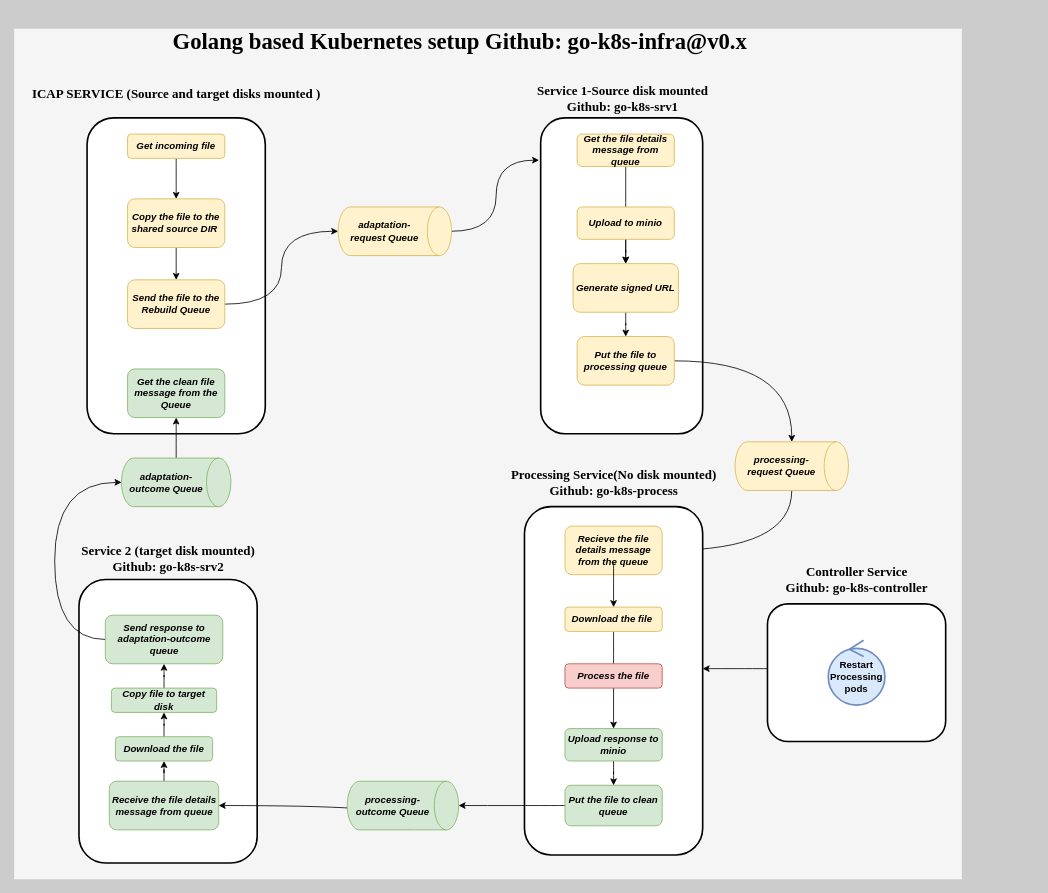
Before: diagram/go-k8s-infra.drawio in k8-proxy/go-k8s-infra, a draw.io diagram. Source tidied: cells renumbered, new cells numbered last; positions are measured from the earlier drawing's top-left corner, leaving out a move shared by most shapes. Both pictures are drawn from the tidied source at 81%, with x=0, y=0 at pixel (14, 28).
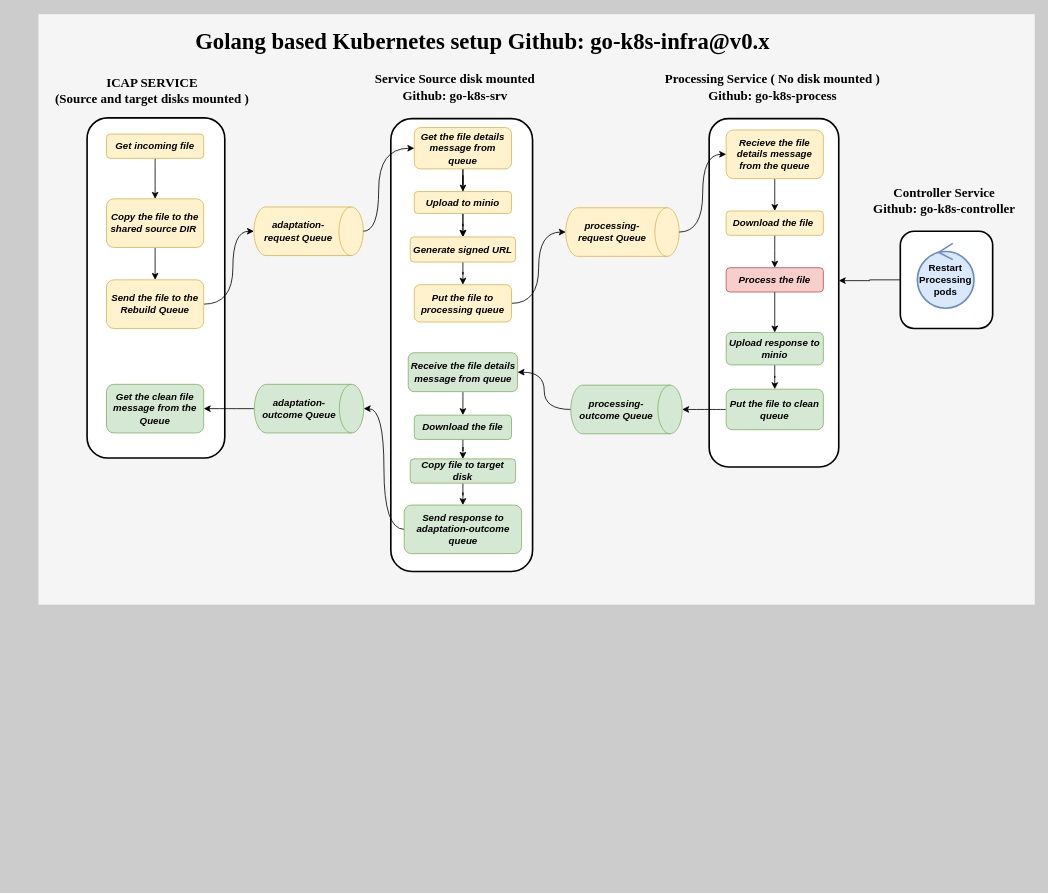
Above is the later version.

Diff of the diagram source:
```diff
@@
     <mxCell id="2" style="whiteSpace=wrap;html=1;direction=south;rounded=0;fontSize=16;fontStyle=1;fillColor=#f5f5f5;fontColor=#333333;strokeColor=none;" parent="1" vertex="1">
-      <mxGeometry width="1170" height="1050" as="geometry" />
+      <mxGeometry x="30" y="-18" width="1230" height="729" as="geometry" />
     </mxCell>
+    <mxCell id="58" style="edgeStyle=orthogonalEdgeStyle;rounded=0;jettySize=auto;html=1;exitX=0.5;exitY=1;exitDx=0;exitDy=0;entryX=0.465;entryY=0;entryDx=0;entryDy=0;entryPerimeter=0;" parent="1" edge="1" source="3" target="28">
+      <mxGeometry relative="1" as="geometry" />
+    </mxCell>
     <mxCell id="3" style="whiteSpace=wrap;html=1;direction=south;rounded=1;strokeWidth=2;" parent="1" vertex="1">
-      <mxGeometry x="930" y="710" width="220" height="170" as="geometry" />
+      <mxGeometry x="1094" y="250" width="114" height="120" as="geometry" />
     </mxCell>
     <mxCell id="4" style="whiteSpace=wrap;html=1;direction=south;rounded=1;strokeWidth=2;" parent="1" vertex="1">
-      <mxGeometry x="90" y="110" width="220" height="390" as="geometry" />
+      <mxGeometry x="90" y="110" width="170" height="420" as="geometry" />
     </mxCell>
@@
     <mxCell id="6" value="Get incoming file" style="whiteSpace=wrap;html=1;fillColor=#fff2cc;strokeColor=#d6b656;labelBackgroundColor=none;fontStyle=3;fontFamily=Helvetica;rounded=1;" parent="1" vertex="1">
-      <mxGeometry x="140" y="130" width="120" height="30" as="geometry" />
+      <mxGeometry x="114" y="130" width="120" height="30" as="geometry" />
     </mxCell>
@@
     <mxCell id="8" value="Copy the file to the shared source DIR&amp;nbsp;" style="whiteSpace=wrap;html=1;fillColor=#fff2cc;strokeColor=#d6b656;fontStyle=3;rounded=1;" parent="1" vertex="1">
-      <mxGeometry x="140" y="210" width="120" height="60" as="geometry" />
+      <mxGeometry x="114" y="210" width="120" height="60" as="geometry" />
     </mxCell>
     <mxCell id="9" style="edgeStyle=orthogonalEdgeStyle;jettySize=auto;html=1;entryX=0.5;entryY=1;entryDx=0;entryDy=0;entryPerimeter=0;curved=1;" parent="1" edge="1" source="10" target="14">
-      <mxGeometry relative="1" as="geometry" />
+      <mxGeometry relative="1" as="geometry">
+        <Array as="points">
+          <mxPoint x="270" y="340" />
+          <mxPoint x="270" y="250" />
+        </Array>
+      </mxGeometry>
     </mxCell>
     <mxCell id="10" value="Send the file to the Rebuild Queue" style="whiteSpace=wrap;html=1;fillColor=#fff2cc;strokeColor=#d6b656;fontStyle=3;rounded=1;" parent="1" vertex="1">
-      <mxGeometry x="140" y="310" width="120" height="60" as="geometry" />
+      <mxGeometry x="114" y="310" width="120" height="60" as="geometry" />
     </mxCell>
     <mxCell id="11" value="Get the clean file message from the Queue" style="whiteSpace=wrap;html=1;fillColor=#d5e8d4;strokeColor=#82b366;fontStyle=3;rounded=1;" parent="1" vertex="1">
-      <mxGeometry x="140" y="420" width="120" height="60" as="geometry" />
+      <mxGeometry x="114" y="439" width="120" height="60" as="geometry" />
     </mxCell>
@@
-    <mxCell id="13" style="edgeStyle=orthogonalEdgeStyle;jettySize=auto;html=1;entryX=0.134;entryY=1.01;entryDx=0;entryDy=0;entryPerimeter=0;curved=1;" parent="1" edge="1" source="14" target="15">
-      <mxGeometry relative="1" as="geometry" />
-    </mxCell>
     <mxCell id="14" value="adaptation-request Queue" style="shape=cylinder3;whiteSpace=wrap;html=1;boundedLbl=1;backgroundOutline=1;size=15;direction=south;fillColor=#fff2cc;strokeColor=#d6b656;fontStyle=3;rounded=1;" parent="1" vertex="1">
-      <mxGeometry x="400" y="220" width="140" height="60" as="geometry" />
+      <mxGeometry x="296" y="220" width="135" height="60" as="geometry" />
     </mxCell>
     <mxCell id="15" style="whiteSpace=wrap;html=1;direction=south;rounded=1;sketch=0;strokeWidth=2;" parent="1" vertex="1">
-      <mxGeometry x="650" y="110" width="200" height="390" as="geometry" />
+      <mxGeometry x="465" y="111" width="175" height="559" as="geometry" />
     </mxCell>
@@
+    <mxCell id="59" style="edgeStyle=orthogonalEdgeStyle;rounded=0;jettySize=auto;html=1;" parent="1" edge="1" source="17" target="19">
+      <mxGeometry relative="1" as="geometry" />
+    </mxCell>
     <mxCell id="17" value="Get the file details message from queue" style="whiteSpace=wrap;html=1;fillColor=#fff2cc;strokeColor=#d6b656;fontStyle=3;rounded=1;" parent="1" vertex="1">
-      <mxGeometry x="695" y="130" width="120" height="40" as="geometry" />
+      <mxGeometry x="494" y="122" width="120" height="51" as="geometry" />
     </mxCell>
@@
     <mxCell id="19" value="Upload to minio" style="whiteSpace=wrap;html=1;fillColor=#fff2cc;strokeColor=#d6b656;fontStyle=3;rounded=1;" parent="1" vertex="1">
-      <mxGeometry x="695" y="220" width="120" height="40" as="geometry" />
+      <mxGeometry x="494" y="201" width="120" height="27" as="geometry" />
     </mxCell>
@@
     <mxCell id="21" value="Generate signed URL" style="whiteSpace=wrap;html=1;fillColor=#fff2cc;strokeColor=#d6b656;fontStyle=3;rounded=1;" parent="1" vertex="1">
-      <mxGeometry x="690" y="290" width="130" height="60" as="geometry" />
+      <mxGeometry x="489" y="257" width="130" height="31" as="geometry" />
     </mxCell>
-    <mxCell id="22" style="edgeStyle=orthogonalEdgeStyle;curved=1;rounded=0;jettySize=auto;html=1;exitX=1;exitY=0.5;exitDx=0;exitDy=0;" parent="1" edge="1" source="23" target="25">
+    <mxCell id="22" style="edgeStyle=orthogonalEdgeStyle;curved=1;jettySize=auto;html=1;exitX=1;exitY=0.5;exitDx=0;exitDy=0;entryX=0.5;entryY=1;entryDx=0;entryDy=0;entryPerimeter=0;" parent="1" edge="1" source="23" target="25">
       <mxGeometry relative="1" as="geometry" />
     </mxCell>
     <mxCell id="23" value="Put the file to processing queue" style="whiteSpace=wrap;html=1;fillColor=#fff2cc;strokeColor=#d6b656;fontStyle=3;rounded=1;" parent="1" vertex="1">
-      <mxGeometry x="695" y="380" width="120" height="60" as="geometry" />
+      <mxGeometry x="494" y="316" width="120" height="46" as="geometry" />
     </mxCell>
-    <mxCell id="24" style="edgeStyle=orthogonalEdgeStyle;curved=1;rounded=0;jettySize=auto;html=1;exitX=1;exitY=0.5;exitDx=0;exitDy=0;exitPerimeter=0;entryX=1;entryY=0.5;entryDx=0;entryDy=0;" parent="1" edge="1" source="25" target="29">
-      <mxGeometry relative="1" as="geometry" />
-    </mxCell>
     <mxCell id="25" value="processing-request Queue" style="shape=cylinder3;whiteSpace=wrap;html=1;boundedLbl=1;backgroundOutline=1;size=15;direction=south;fillColor=#fff2cc;strokeColor=#d6b656;fontStyle=3;rounded=1;" parent="1" vertex="1">
-      <mxGeometry x="890" y="510" width="140" height="60" as="geometry" />
+      <mxGeometry x="681" y="221" width="140" height="60" as="geometry" />
     </mxCell>
-    <mxCell id="26" style="edgeStyle=orthogonalEdgeStyle;jettySize=auto;html=1;curved=1;" parent="1" edge="1" source="27" target="11">
-      <mxGeometry relative="1" as="geometry">
-        <Array as="points">
-          <mxPoint x="200" y="550" />
-          <mxPoint x="200" y="550" />
-        </Array>
-      </mxGeometry>
+    <mxCell id="26" style="edgeStyle=orthogonalEdgeStyle;curved=1;jettySize=auto;html=1;exitX=0.5;exitY=1;exitDx=0;exitDy=0;exitPerimeter=0;entryX=1;entryY=0.5;entryDx=0;entryDy=0;" parent="1" edge="1" source="27" target="11">
+      <mxGeometry relative="1" as="geometry" />
     </mxCell>
     <mxCell id="27" value="adaptation-outcome Queue" style="shape=cylinder3;whiteSpace=wrap;html=1;boundedLbl=1;backgroundOutline=1;size=15;direction=south;fillColor=#d5e8d4;strokeColor=#82b366;rounded=1;fontStyle=3;" parent="1" vertex="1">
-      <mxGeometry x="132.5" y="530" width="135" height="60" as="geometry" />
+      <mxGeometry x="296.5" y="439" width="135" height="60" as="geometry" />
     </mxCell>
     <mxCell id="28" style="whiteSpace=wrap;html=1;direction=south;rounded=1;strokeWidth=2;" parent="1" vertex="1">
-      <mxGeometry x="630" y="590" width="220" height="430" as="geometry" />
+      <mxGeometry x="858" y="111" width="160" height="430" as="geometry" />
     </mxCell>
+    <mxCell id="60" style="edgeStyle=orthogonalEdgeStyle;curved=1;jettySize=auto;html=1;exitX=0.5;exitY=1;exitDx=0;exitDy=0;entryX=0.5;entryY=0;entryDx=0;entryDy=0;" parent="1" edge="1" source="29" target="31">
+      <mxGeometry relative="1" as="geometry" />
+    </mxCell>
     <mxCell id="29" value="Recieve the file details message from the queue" style="whiteSpace=wrap;html=1;fillColor=#fff2cc;strokeColor=#d6b656;fontStyle=3;rounded=1;" parent="1" vertex="1">
-      <mxGeometry x="680" y="614" width="120" height="60" as="geometry" />
+      <mxGeometry x="879" y="125" width="120" height="60" as="geometry" />
     </mxCell>
-    <mxCell id="30" style="edgeStyle=orthogonalEdgeStyle;jettySize=auto;html=1;curved=1;" parent="1" edge="1" source="31" target="36">
-      <mxGeometry relative="1" as="geometry" />
-    </mxCell>
+    <mxCell id="61" style="edgeStyle=orthogonalEdgeStyle;curved=1;jettySize=auto;html=1;exitX=0.5;exitY=1;exitDx=0;exitDy=0;" parent="1" edge="1" source="31" target="32">
+      <mxGeometry relative="1" as="geometry" />
+    </mxCell>
     <mxCell id="31" value="Download the file&amp;nbsp;" style="whiteSpace=wrap;html=1;fillColor=#fff2cc;strokeColor=#d6b656;fontStyle=3;rounded=1;" parent="1" vertex="1">
-      <mxGeometry x="680" y="714" width="120" height="30" as="geometry" />
+      <mxGeometry x="879" y="225" width="120" height="30" as="geometry" />
     </mxCell>
+    <mxCell id="62" style="edgeStyle=orthogonalEdgeStyle;rounded=0;jettySize=auto;html=1;exitX=0.5;exitY=1;exitDx=0;exitDy=0;" parent="1" edge="1" source="32" target="36">
+      <mxGeometry relative="1" as="geometry" />
+    </mxCell>
     <mxCell id="32" value="Process the file" style="whiteSpace=wrap;html=1;fillColor=#f8cecc;strokeColor=#b85450;fontStyle=3;rounded=1;" parent="1" vertex="1">
-      <mxGeometry x="680" y="784" width="120" height="30" as="geometry" />
+      <mxGeometry x="879" y="295" width="120" height="30" as="geometry" />
     </mxCell>
@@
     <mxCell id="34" value="Put the file to clean queue" style="whiteSpace=wrap;html=1;fillColor=#d5e8d4;strokeColor=#82b366;fontStyle=3;labelBorderColor=none;rounded=1;" parent="1" vertex="1">
-      <mxGeometry x="680" y="934" width="120" height="50" as="geometry" />
+      <mxGeometry x="879" y="445" width="120" height="50" as="geometry" />
     </mxCell>
@@
     <mxCell id="36" value="Upload response to minio" style="whiteSpace=wrap;html=1;fillColor=#d5e8d4;strokeColor=#82b366;fontStyle=3;rounded=1;" parent="1" vertex="1">
-      <mxGeometry x="680" y="864" width="120" height="40" as="geometry" />
+      <mxGeometry x="879" y="375" width="120" height="40" as="geometry" />
     </mxCell>
@@
-    <mxCell id="38" style="whiteSpace=wrap;html=1;direction=south;rounded=1;strokeWidth=2;perimeterSpacing=0;" parent="1" vertex="1">
-      <mxGeometry x="80" y="680" width="220" height="350" as="geometry" />
-    </mxCell>
-    <mxCell id="39" style="edgeStyle=orthogonalEdgeStyle;curved=1;rounded=0;jettySize=auto;html=1;exitX=0.5;exitY=0;exitDx=0;exitDy=0;" parent="1" edge="1" source="40" target="42">
+    <mxCell id="39" style="edgeStyle=orthogonalEdgeStyle;curved=1;jettySize=auto;html=1;exitX=0.5;exitY=1;exitDx=0;exitDy=0;entryX=0.5;entryY=0;entryDx=0;entryDy=0;" parent="1" edge="1" source="40" target="42">
       <mxGeometry relative="1" as="geometry" />
     </mxCell>
     <mxCell id="40" value="Receive the file details message from queue" style="whiteSpace=wrap;html=1;fillColor=#d5e8d4;strokeColor=#82b366;fontStyle=3;rounded=1;" parent="1" vertex="1">
-      <mxGeometry x="117.5" y="929" width="135" height="60" as="geometry" />
+      <mxGeometry x="486.5" y="400" width="135" height="48" as="geometry" />
     </mxCell>
@@
     <mxCell id="42" value="Download the file" style="whiteSpace=wrap;html=1;fillColor=#d5e8d4;strokeColor=#82b366;fontStyle=3;rounded=1;" parent="1" vertex="1">
-      <mxGeometry x="125" y="874" width="120" height="30" as="geometry" />
+      <mxGeometry x="494" y="477" width="120" height="30" as="geometry" />
     </mxCell>
@@
     <mxCell id="44" value="Copy file to target disk" style="whiteSpace=wrap;html=1;fillColor=#d5e8d4;strokeColor=#82b366;fontStyle=3;rounded=1;" parent="1" vertex="1">
-      <mxGeometry x="120" y="814" width="130" height="30" as="geometry" />
+      <mxGeometry x="489" y="531" width="130" height="30" as="geometry" />
     </mxCell>
-    <mxCell id="45" style="edgeStyle=orthogonalEdgeStyle;rounded=0;jettySize=auto;html=1;exitX=0;exitY=0.5;exitDx=0;exitDy=0;entryX=0.5;entryY=1;entryDx=0;entryDy=0;entryPerimeter=0;curved=1;" parent="1" edge="1" source="46" target="27">
-      <mxGeometry relative="1" as="geometry">
-        <Array as="points">
-          <mxPoint x="50" y="754" />
-          <mxPoint x="50" y="560" />
-        </Array>
-      </mxGeometry>
+    <mxCell id="45" style="edgeStyle=orthogonalEdgeStyle;curved=1;jettySize=auto;html=1;exitX=0;exitY=0.5;exitDx=0;exitDy=0;entryX=0.5;entryY=0;entryDx=0;entryDy=0;entryPerimeter=0;" parent="1" edge="1" source="46" target="27">
+      <mxGeometry relative="1" as="geometry" />
     </mxCell>
     <mxCell id="46" value="Send response to adaptation-outcome queue" style="whiteSpace=wrap;html=1;fillColor=#d5e8d4;strokeColor=#82b366;fontStyle=3;rounded=1;" parent="1" vertex="1">
-      <mxGeometry x="112.5" y="724" width="145" height="60" as="geometry" />
+      <mxGeometry x="481.5" y="588" width="145" height="60" as="geometry" />
     </mxCell>
-    <mxCell id="47" style="edgeStyle=orthogonalEdgeStyle;jettySize=auto;html=1;curved=1;exitX=0.983;exitY=0.439;exitDx=0;exitDy=0;exitPerimeter=0;" parent="1" edge="1" source="48" target="40">
-      <mxGeometry relative="1" as="geometry">
-        <Array as="points">
-          <mxPoint x="477" y="959" />
-        </Array>
-      </mxGeometry>
+    <mxCell id="47" style="edgeStyle=orthogonalEdgeStyle;curved=1;jettySize=auto;html=1;exitX=0.5;exitY=1;exitDx=0;exitDy=0;exitPerimeter=0;entryX=1;entryY=0.5;entryDx=0;entryDy=0;" parent="1" edge="1" source="48" target="40">
+      <mxGeometry relative="1" as="geometry" />
     </mxCell>
     <mxCell id="48" value="processing-outcome Queue" style="shape=cylinder3;whiteSpace=wrap;html=1;boundedLbl=1;backgroundOutline=1;size=15;direction=south;fillColor=#d5e8d4;strokeColor=#82b366;fontStyle=3;rounded=1;" parent="1" vertex="1">
-      <mxGeometry x="411.2" y="929" width="137.5" height="60" as="geometry" />
+      <mxGeometry x="687.2" y="440" width="137.5" height="60" as="geometry" />
     </mxCell>
-    <mxCell id="49" style="endArrow=classic;html=1;entryX=0.5;entryY=0;entryDx=0;entryDy=0;curved=1;" parent="1" edge="1" target="31">
-      <mxGeometry relative="1" as="geometry">
-        <mxPoint x="740" y="660" as="sourcePoint" />
-      </mxGeometry>
-    </mxCell>
-    <mxCell id="50" value="ICAP SERVICE (Source and target disks mounted )" style="text;html=1;align=center;verticalAlign=middle;gradientColor=none;fontFamily=Times New Roman;fontSize=16;fontStyle=1;rounded=1;" parent="1" vertex="1">
-      <mxGeometry x="15" y="70" width="370" height="20" as="geometry" />
+    <mxCell id="50" value="ICAP SERVICE &lt;br&gt;(Source and target disks mounted )" style="text;html=1;align=center;verticalAlign=middle;gradientColor=none;fontFamily=Times New Roman;fontSize=16;fontStyle=1;rounded=1;" parent="1" vertex="1">
+      <mxGeometry x="45" y="56" width="250" height="40" as="geometry" />
     </mxCell>
-    <mxCell id="51" value="Service 1-Source disk mounted&lt;br&gt;Github: go-k8s-srv1" style="text;html=1;align=center;verticalAlign=middle;fontSize=16;fontFamily=Times New Roman;fontStyle=1;rounded=1;" parent="1" vertex="1">
-      <mxGeometry x="636" y="66" width="230" height="40" as="geometry" />
+    <mxCell id="51" value="Service Source disk mounted&lt;br&gt;Github: go-k8s-srv" style="text;html=1;align=center;verticalAlign=middle;fontSize=16;fontFamily=Times New Roman;fontStyle=1;rounded=1;" parent="1" vertex="1">
+      <mxGeometry x="439" y="52" width="210" height="40" as="geometry" />
     </mxCell>
-    <mxCell id="52" value="Processing Service(No disk mounted)&lt;br&gt;Github: go-k8s-process" style="text;html=1;align=center;verticalAlign=middle;fontSize=16;fontFamily=Times New Roman;gradientColor=none;fontStyle=1;rounded=1;" parent="1" vertex="1">
-      <mxGeometry x="605" y="540" width="270" height="40" as="geometry" />
+    <mxCell id="52" value="Processing Service ( No disk mounted )&lt;br&gt;Github: go-k8s-process" style="text;html=1;align=center;verticalAlign=middle;fontSize=16;fontFamily=Times New Roman;gradientColor=none;fontStyle=1;rounded=1;" parent="1" vertex="1">
+      <mxGeometry x="796" y="52" width="280" height="40" as="geometry" />
     </mxCell>
-    <mxCell id="53" value="Service 2 (target disk mounted)&lt;br&gt;Github: go-k8s-srv2" style="text;html=1;align=center;verticalAlign=middle;fontSize=16;fontFamily=Times New Roman;fontStyle=1;gradientColor=none;rounded=1;" parent="1" vertex="1">
-      <mxGeometry x="75" y="634" width="230" height="40" as="geometry" />
-    </mxCell>
     <mxCell id="54" value="&lt;b&gt;Restart&lt;br&gt;Processing&lt;br&gt;pods&lt;/b&gt;" style="ellipse;shape=umlControl;whiteSpace=wrap;html=1;fillColor=#dae8fc;strokeWidth=2;perimeterSpacing=0;strokeColor=#6c8ebf;" parent="1" vertex="1">
-      <mxGeometry x="1005" y="755" width="70" height="80" as="geometry" />
+      <mxGeometry x="1115" y="265" width="70" height="80" as="geometry" />
     </mxCell>
     <mxCell id="55" value="Controller Service&lt;br&gt;Github: go-k8s-controller" style="text;html=1;align=center;verticalAlign=middle;fontSize=16;fontFamily=Times New Roman;gradientColor=none;fontStyle=1;rounded=1;" parent="1" vertex="1">
-      <mxGeometry x="945" y="660" width="190" height="40" as="geometry" />
+      <mxGeometry x="1053" y="192" width="190" height="40" as="geometry" />
     </mxCell>
-    <mxCell id="56" style="edgeStyle=orthogonalEdgeStyle;orthogonalLoop=1;jettySize=auto;html=1;curved=1;" parent="1" edge="1">
-      <mxGeometry relative="1" as="geometry">
-        <mxPoint x="930" y="790" as="sourcePoint" />
-        <mxPoint x="850" y="790" as="targetPoint" />
-      </mxGeometry>
-    </mxCell>
     <mxCell id="57" value="&lt;font style=&quot;font-size: 28px&quot;&gt;Golang based Kubernetes setup Github: go-k8s-infra@v0.x&lt;/font&gt;" style="text;html=1;align=center;verticalAlign=middle;fontSize=16;fontFamily=Times New Roman;fontStyle=1;rounded=1;arcSize=0;" parent="1" vertex="1">
-      <mxGeometry x="190" width="720" height="30" as="geometry" />
+      <mxGeometry x="218" width="720" height="30" as="geometry" />
     </mxCell>
+    <mxCell id="13" style="edgeStyle=orthogonalEdgeStyle;jettySize=auto;html=1;entryX=0;entryY=0.5;entryDx=0;entryDy=0;curved=1;" parent="1" edge="1" source="14" target="17">
+      <mxGeometry relative="1" as="geometry">
+        <Array as="points">
+          <mxPoint x="450" y="250" />
+          <mxPoint x="450" y="148" />
+        </Array>
+      </mxGeometry>
+    </mxCell>
+    <mxCell id="24" style="edgeStyle=orthogonalEdgeStyle;curved=1;jettySize=auto;html=1;exitX=0.5;exitY=0;exitDx=0;exitDy=0;exitPerimeter=0;entryX=0;entryY=0.5;entryDx=0;entryDy=0;" parent="1" edge="1" source="25" target="29">
+      <mxGeometry relative="1" as="geometry" />
+    </mxCell>
```
